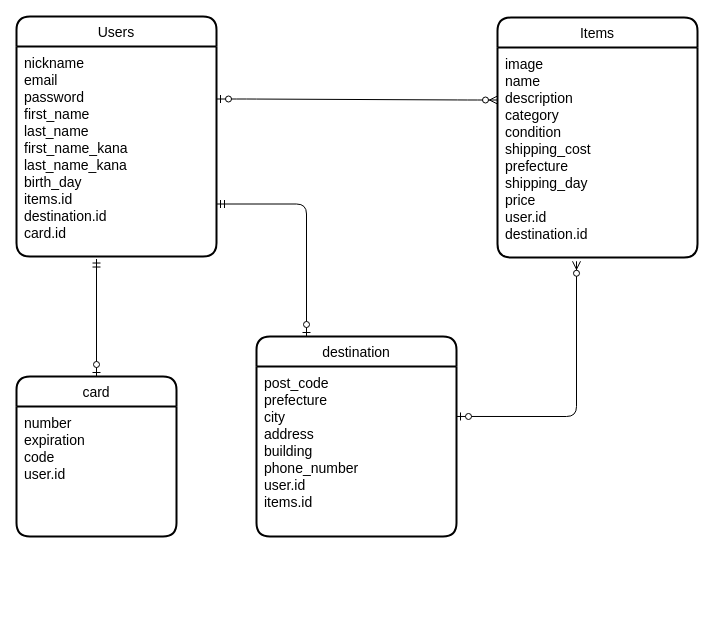
This is .dio from ryoya-mineshima/furima-32838, a draw.io file, before an edit. Source tidied: cells renumbered, new cells numbered last; positions are measured from the earlier drawing's top-left corner, leaving out a move shared by most shapes. Both pictures are drawn from the tidied source at 100%, with x=0, y=0 at pixel (16, 16).
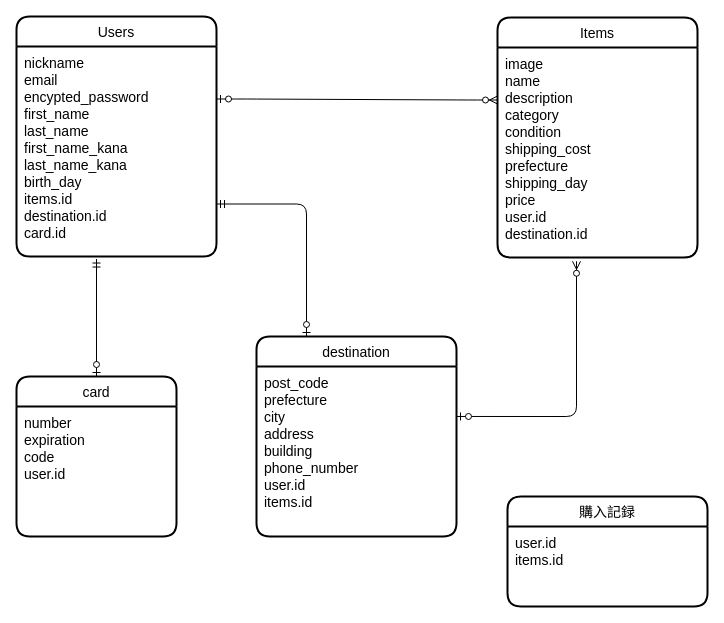
The same page after the edit.

Commit message (it also covers changes not shown here):
データベース設計２

Change to the diagram source:
```diff
@@
 <mxGraphModel>
   <root>
     <mxCell id="0" />
     <mxCell id="1" parent="0" />
     <mxCell id="2" value="Users" style="swimlane;horizontal=1;startSize=30;rounded=1;fontSize=14;fontStyle=0;strokeWidth=2;shadow=0;dashed=0;align=center;sketch=0;" parent="1" vertex="1">
       <mxGeometry width="200" height="240" as="geometry" />
     </mxCell>
-    <mxCell id="3" value="nickname&#10;email&#10;password&#10;first_name&#10;last_name&#10;first_name_kana&#10;last_name_kana&#10;birth_day&#10;items.id&#10;destination.id&#10;card.id" style="align=left;strokeColor=none;fillColor=none;spacingLeft=4;fontSize=14;verticalAlign=top;spacingTop=0;spacingBottom=0;spacing=4;" parent="2" vertex="1">
+    <mxCell id="3" value="nickname&#10;email&#10;encypted_password&#10;first_name&#10;last_name&#10;first_name_kana&#10;last_name_kana&#10;birth_day&#10;items.id&#10;destination.id&#10;card.id" style="align=left;strokeColor=none;fillColor=none;spacingLeft=4;fontSize=14;verticalAlign=top;spacingTop=0;spacingBottom=0;spacing=4;" parent="2" vertex="1">
       <mxGeometry y="30" width="200" height="210" as="geometry" />
     </mxCell>
     <mxCell id="4" value="Items" style="swimlane;horizontal=1;startSize=30;rounded=1;fontSize=14;fontStyle=0;strokeWidth=2;shadow=0;dashed=0;align=center;sketch=0;" parent="1" vertex="1">
       <mxGeometry x="481" y="1" width="200" height="240" as="geometry" />
     </mxCell>
     <mxCell id="5" value="image&#10;name&#10;description&#10;category&#10;condition&#10;shipping_cost&#10;prefecture&#10;shipping_day&#10;price&#10;user.id&#10;destination.id" style="align=left;strokeColor=none;fillColor=none;spacingLeft=4;fontSize=14;verticalAlign=top;spacingTop=0;spacingBottom=0;spacing=4;" parent="4" vertex="1">
       <mxGeometry y="30" width="200" height="210" as="geometry" />
     </mxCell>
     <mxCell id="6" value="card" style="swimlane;horizontal=1;startSize=30;rounded=1;fontSize=14;fontStyle=0;strokeWidth=2;shadow=0;dashed=0;align=center;sketch=0;" parent="1" vertex="1">
       <mxGeometry y="360" width="160" height="160" as="geometry" />
     </mxCell>
     <mxCell id="7" value="number&#10;expiration&#10;code&#10;user.id" style="align=left;strokeColor=none;fillColor=none;spacingLeft=4;fontSize=14;verticalAlign=top;spacingTop=0;spacingBottom=0;spacing=4;" parent="6" vertex="1">
       <mxGeometry y="30" width="160" height="130" as="geometry" />
     </mxCell>
     <mxCell id="8" value="destination" style="swimlane;horizontal=1;startSize=30;rounded=1;fontSize=14;fontStyle=0;strokeWidth=2;shadow=0;dashed=0;align=center;sketch=0;" parent="1" vertex="1">
       <mxGeometry x="240" y="320" width="200" height="200" as="geometry" />
     </mxCell>
     <mxCell id="9" value="post_code&#10;prefecture&#10;city&#10;address&#10;building&#10;phone_number&#10;user.id&#10;items.id" style="align=left;strokeColor=none;fillColor=none;spacingLeft=4;fontSize=14;verticalAlign=top;spacingTop=0;spacingBottom=0;spacing=4;" parent="8" vertex="1">
       <mxGeometry y="30" width="200" height="170" as="geometry" />
     </mxCell>
     <mxCell id="10" style="edgeStyle=orthogonalEdgeStyle;fontSize=12;html=1;endArrow=ERzeroToMany;startArrow=ERzeroToOne;entryX=0.395;entryY=1.018;entryDx=0;entryDy=0;entryPerimeter=0;exitX=1;exitY=0.294;exitDx=0;exitDy=0;exitPerimeter=0;" parent="1" edge="1" source="9" target="5">
       <mxGeometry relative="1" as="geometry" />
     </mxCell>
     <mxCell id="11" style="edgeStyle=orthogonalEdgeStyle;fontSize=12;html=1;endArrow=ERzeroToOne;startArrow=ERmandOne;exitX=1;exitY=0.75;exitDx=0;exitDy=0;entryX=0.25;entryY=0;entryDx=0;entryDy=0;" parent="1" edge="1" source="3" target="8">
       <mxGeometry relative="1" as="geometry" />
     </mxCell>
     <mxCell id="12" style="fontSize=12;html=1;endArrow=ERzeroToOne;startArrow=ERmandOne;entryX=0.5;entryY=0;entryDx=0;entryDy=0;exitX=0.4;exitY=1.012;exitDx=0;exitDy=0;exitPerimeter=0;" parent="1" edge="1" source="3" target="6">
       <mxGeometry relative="1" as="geometry" />
     </mxCell>
     <mxCell id="13" style="edgeStyle=entityRelationEdgeStyle;fontSize=12;html=1;endArrow=ERzeroToMany;startArrow=ERzeroToOne;exitX=1;exitY=0.25;exitDx=0;exitDy=0;entryX=0;entryY=0.25;entryDx=0;entryDy=0;" parent="1" edge="1" source="3" target="5">
       <mxGeometry relative="1" as="geometry" />
     </mxCell>
+    <mxCell id="14" value="購入記録" style="swimlane;horizontal=1;startSize=30;rounded=1;fontSize=14;fontStyle=0;strokeWidth=2;shadow=0;dashed=0;align=center;sketch=0;" parent="1" vertex="1">
+      <mxGeometry x="491" y="480" width="200" height="110" as="geometry" />
+    </mxCell>
+    <mxCell id="15" value="user.id&#10;items.id" style="align=left;strokeColor=none;fillColor=none;spacingLeft=4;fontSize=14;verticalAlign=top;spacingTop=0;spacingBottom=0;spacing=4;" parent="14" vertex="1">
+      <mxGeometry y="30" width="200" height="80" as="geometry" />
+    </mxCell>
   </root>
 </mxGraphModel>
```
